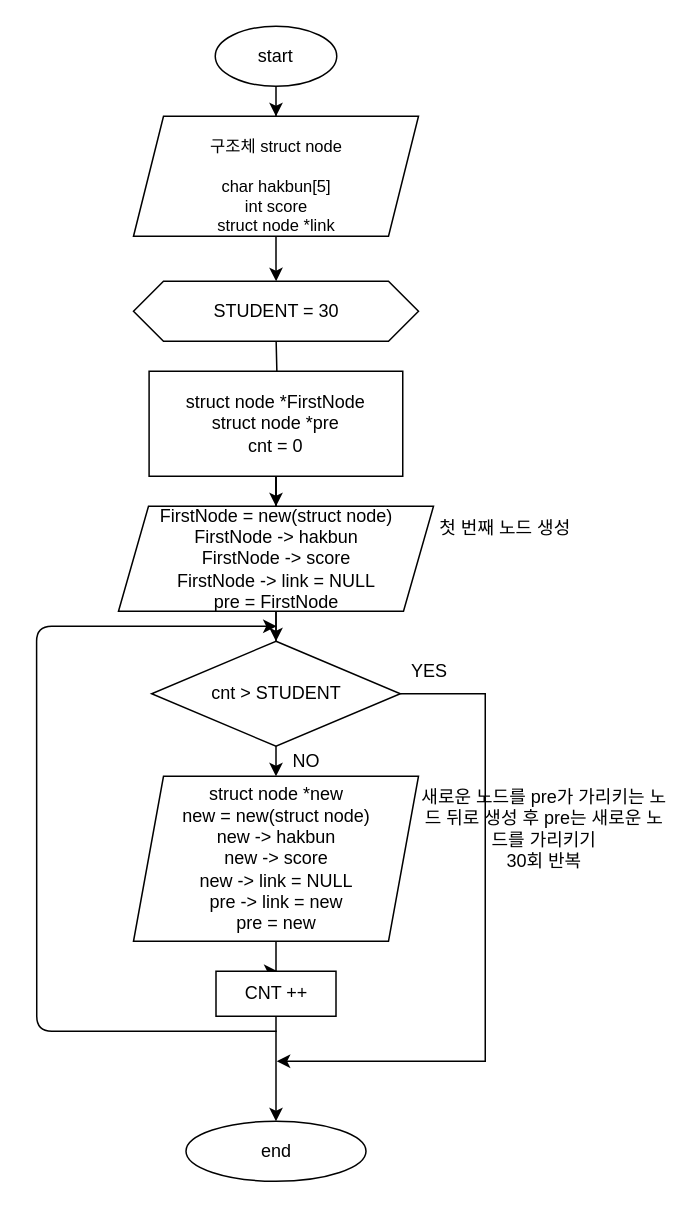
seongjoon1124/Object-team-projct keeps this draw.io diagram as Untitled Diagram.drawio. Above is the earlier version. Source tidied: cells renumbered, new cells numbered last; positions are measured from the earlier drawing's top-left corner, leaving out a move shared by most shapes. Both pictures are drawn from the tidied source at 150%, with x=0, y=0 at pixel (36, 26).
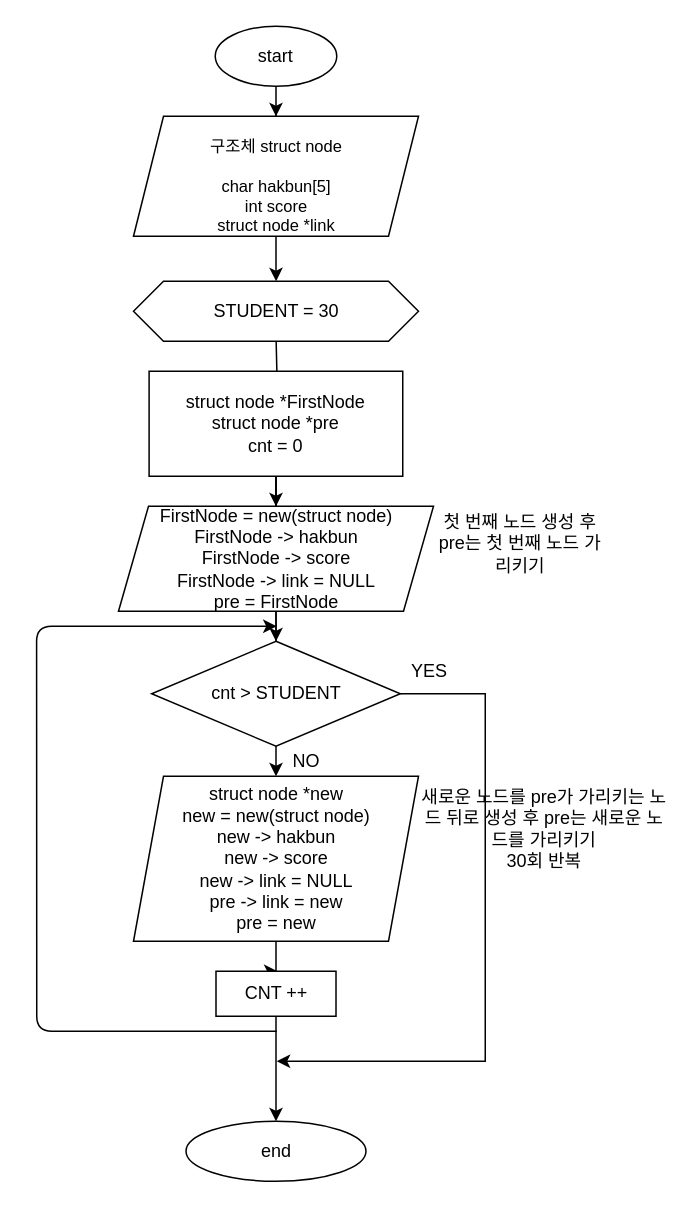
The same diagram, later.

Diff of the diagram source:
```diff
@@
-    <mxCell id="23" value="첫 번째 노드 생성" style="text;html=1;strokeColor=none;fillColor=none;align=center;verticalAlign=middle;whiteSpace=wrap;rounded=0;" parent="1" vertex="1">
-      <mxGeometry x="254.5" y="320" width="114.5" height="30" as="geometry" />
+    <mxCell id="23" value="첫 번째 노드 생성 후 pre는 첫 번째 노드 가리키기" style="text;html=1;strokeColor=none;fillColor=none;align=center;verticalAlign=middle;whiteSpace=wrap;rounded=0;" parent="1" vertex="1">
+      <mxGeometry x="264.5" y="330" width="114.5" height="30" as="geometry" />
     </mxCell>
```
